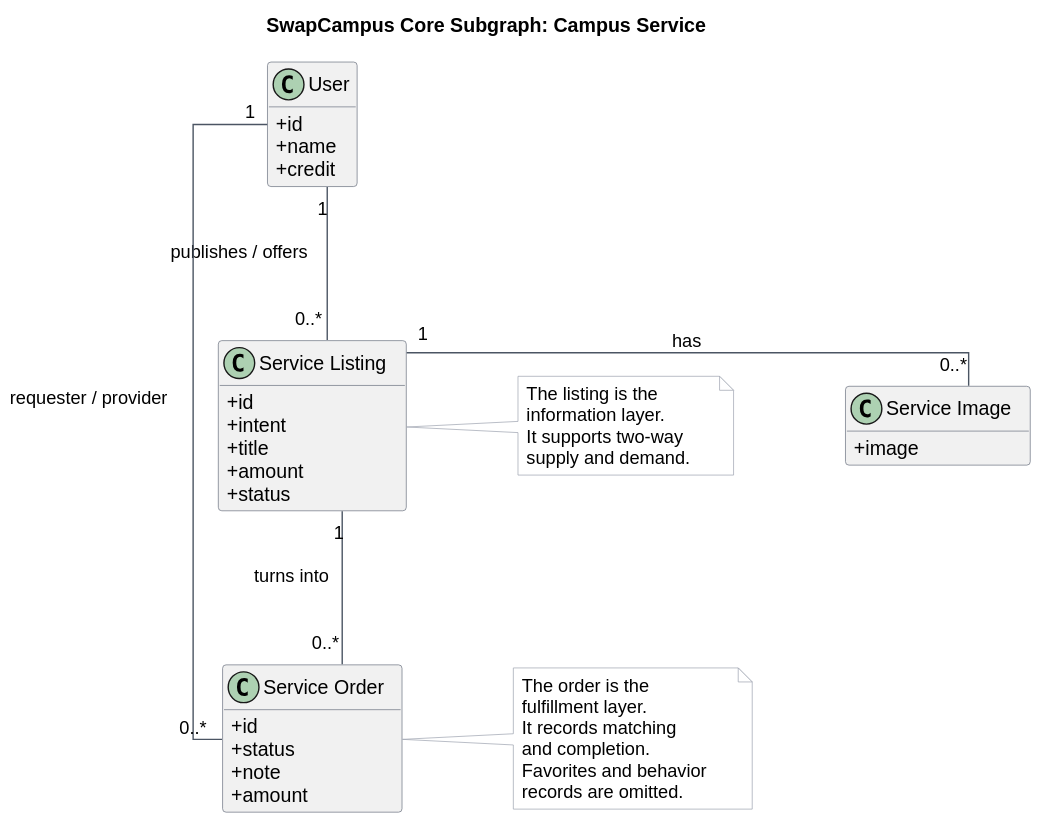
The PlantUML diagram infra/swapcampus-domain-campus-service.svg in qijinyu0608/SwapCampus, before a commit.
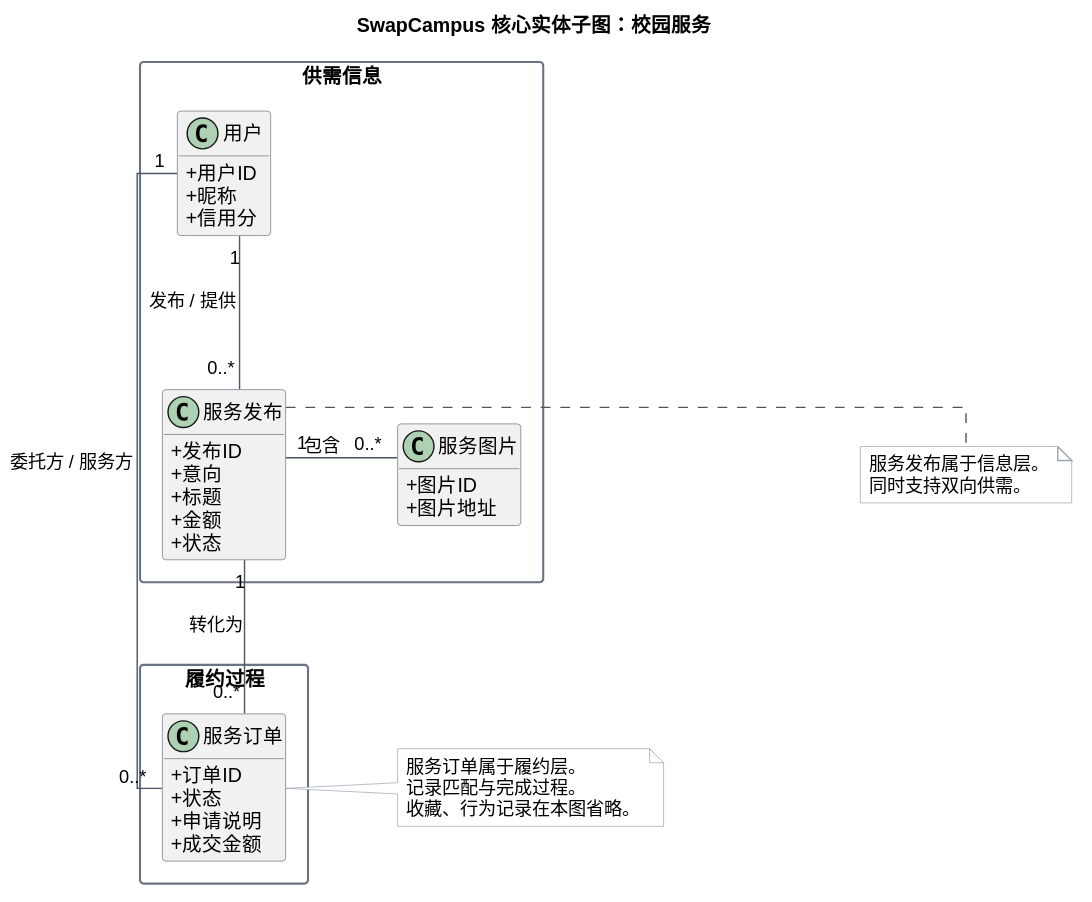
The same diagram one commit later.

What changed in the source:
```diff
@@ -1,5 +1,5 @@
 @startuml
-title SwapCampus Core Subgraph: Campus Service
+title SwapCampus 核心实体子图：校园服务
 
 skinparam shadowing false
 skinparam backgroundColor white
@@ -17,53 +17,53 @@
 hide methods
 top to bottom direction
 
-class "User" as User {
-  +id
-  +name
-  +credit
+package "供需信息" {
+  class "用户" as User {
+    +用户ID
+    +昵称
+    +信用分
+  }
+
+  class "服务发布" as CampusServiceListing {
+    +发布ID
+    +意向
+    +标题
+    +金额
+    +状态
+  }
+
+  class "服务图片" as CampusServiceImage {
+    +图片ID
+    +图片地址
+  }
 }
 
-class "Service Listing" as CampusServiceListing {
-  +id
-  +intent
-  +title
-  +amount
-  +status
-}
-
-class "Service Image" as CampusServiceImage {
-  +image
-}
-
-class "Service Order" as CampusServiceOrder {
-  +id
-  +status
-  +note
-  +amount
+package "履约过程" {
+  class "服务订单" as CampusServiceOrder {
+    +订单ID
+    +状态
+    +申请说明
+    +成交金额
+  }
 }
 
 User -[hidden]down- CampusServiceListing
 CampusServiceListing -[hidden]down- CampusServiceOrder
 CampusServiceListing -[hidden]right- CampusServiceImage
 
-User "1" -down- "0..*" CampusServiceListing : publishes / offers
-CampusServiceListing "1" -down- "0..*" CampusServiceOrder : turns into
-User "1" -[norank]right- "0..*" CampusServiceOrder : requester / provider
-CampusServiceListing "1" -right- "0..*" CampusServiceImage : has
+User "1" -down- "0..*" CampusServiceListing : 发布 / 提供
+CampusServiceListing "1" -down- "0..*" CampusServiceOrder : 转化为
+User "1" -[norank]right- "0..*" CampusServiceOrder : 委托方 / 服务方
+CampusServiceListing "1" -right- "0..*" CampusServiceImage : 包含
 
 note right of CampusServiceListing
-The listing is the
-information layer.
-It supports two-way
-supply and demand.
+服务发布属于信息层。
+同时支持双向供需。
 end note
 
 note right of CampusServiceOrder
-The order is the
-fulfillment layer.
-It records matching
-and completion.
-Favorites and behavior
-records are omitted.
+服务订单属于履约层。
+记录匹配与完成过程。
+收藏、行为记录在本图省略。
 end note
 @enduml
```
